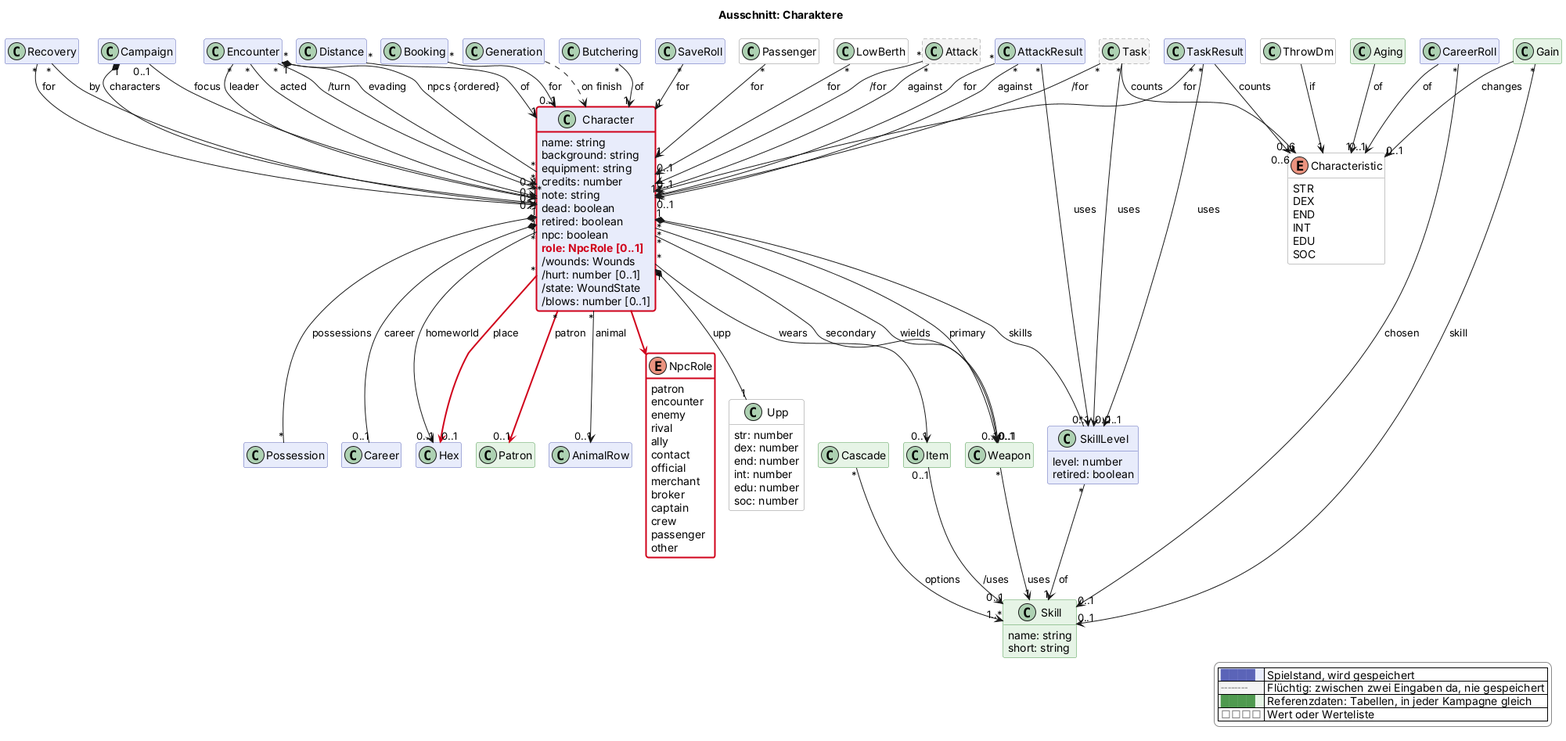
Before: docs/views/charakter.png, a diagram exported from PlantUML (scuzzar/SRE).
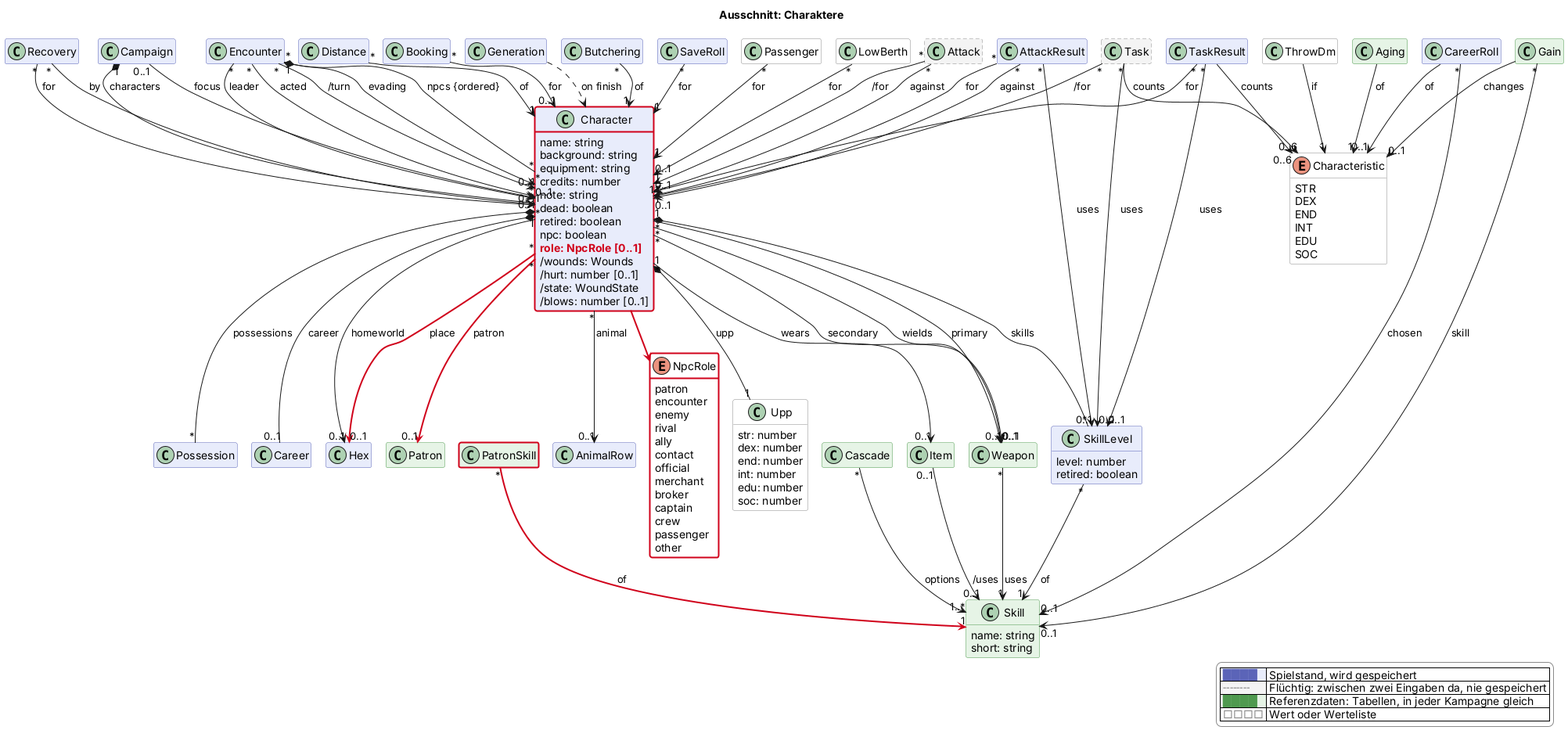
Above is the later version.

What changed in the source:
```diff
@@ -132,6 +132,7 @@
   class Encounter $begegnung
   class Distance $begegnung
   class Patron <<reference>> $begegnung
+  class PatronSkill <<reference>> $begegnung $newClass("2026-11-14")
   class AnimalRow $begegnung
 
   class Skill <<reference>> $charakter {
@@ -189,6 +190,7 @@
 
 Recovery "*" --> "1" Character : for
 Recovery "*" --> "0..1" Character : by
+PatronSkill "*" -$newArrow("2026-11-14")-> "1" Skill : of
 Butchering "*" --> "1" Character : of
 TaskResult "*" --> "1" Character : for
 TaskResult "*" --> "0..1" SkillLevel : uses
```
